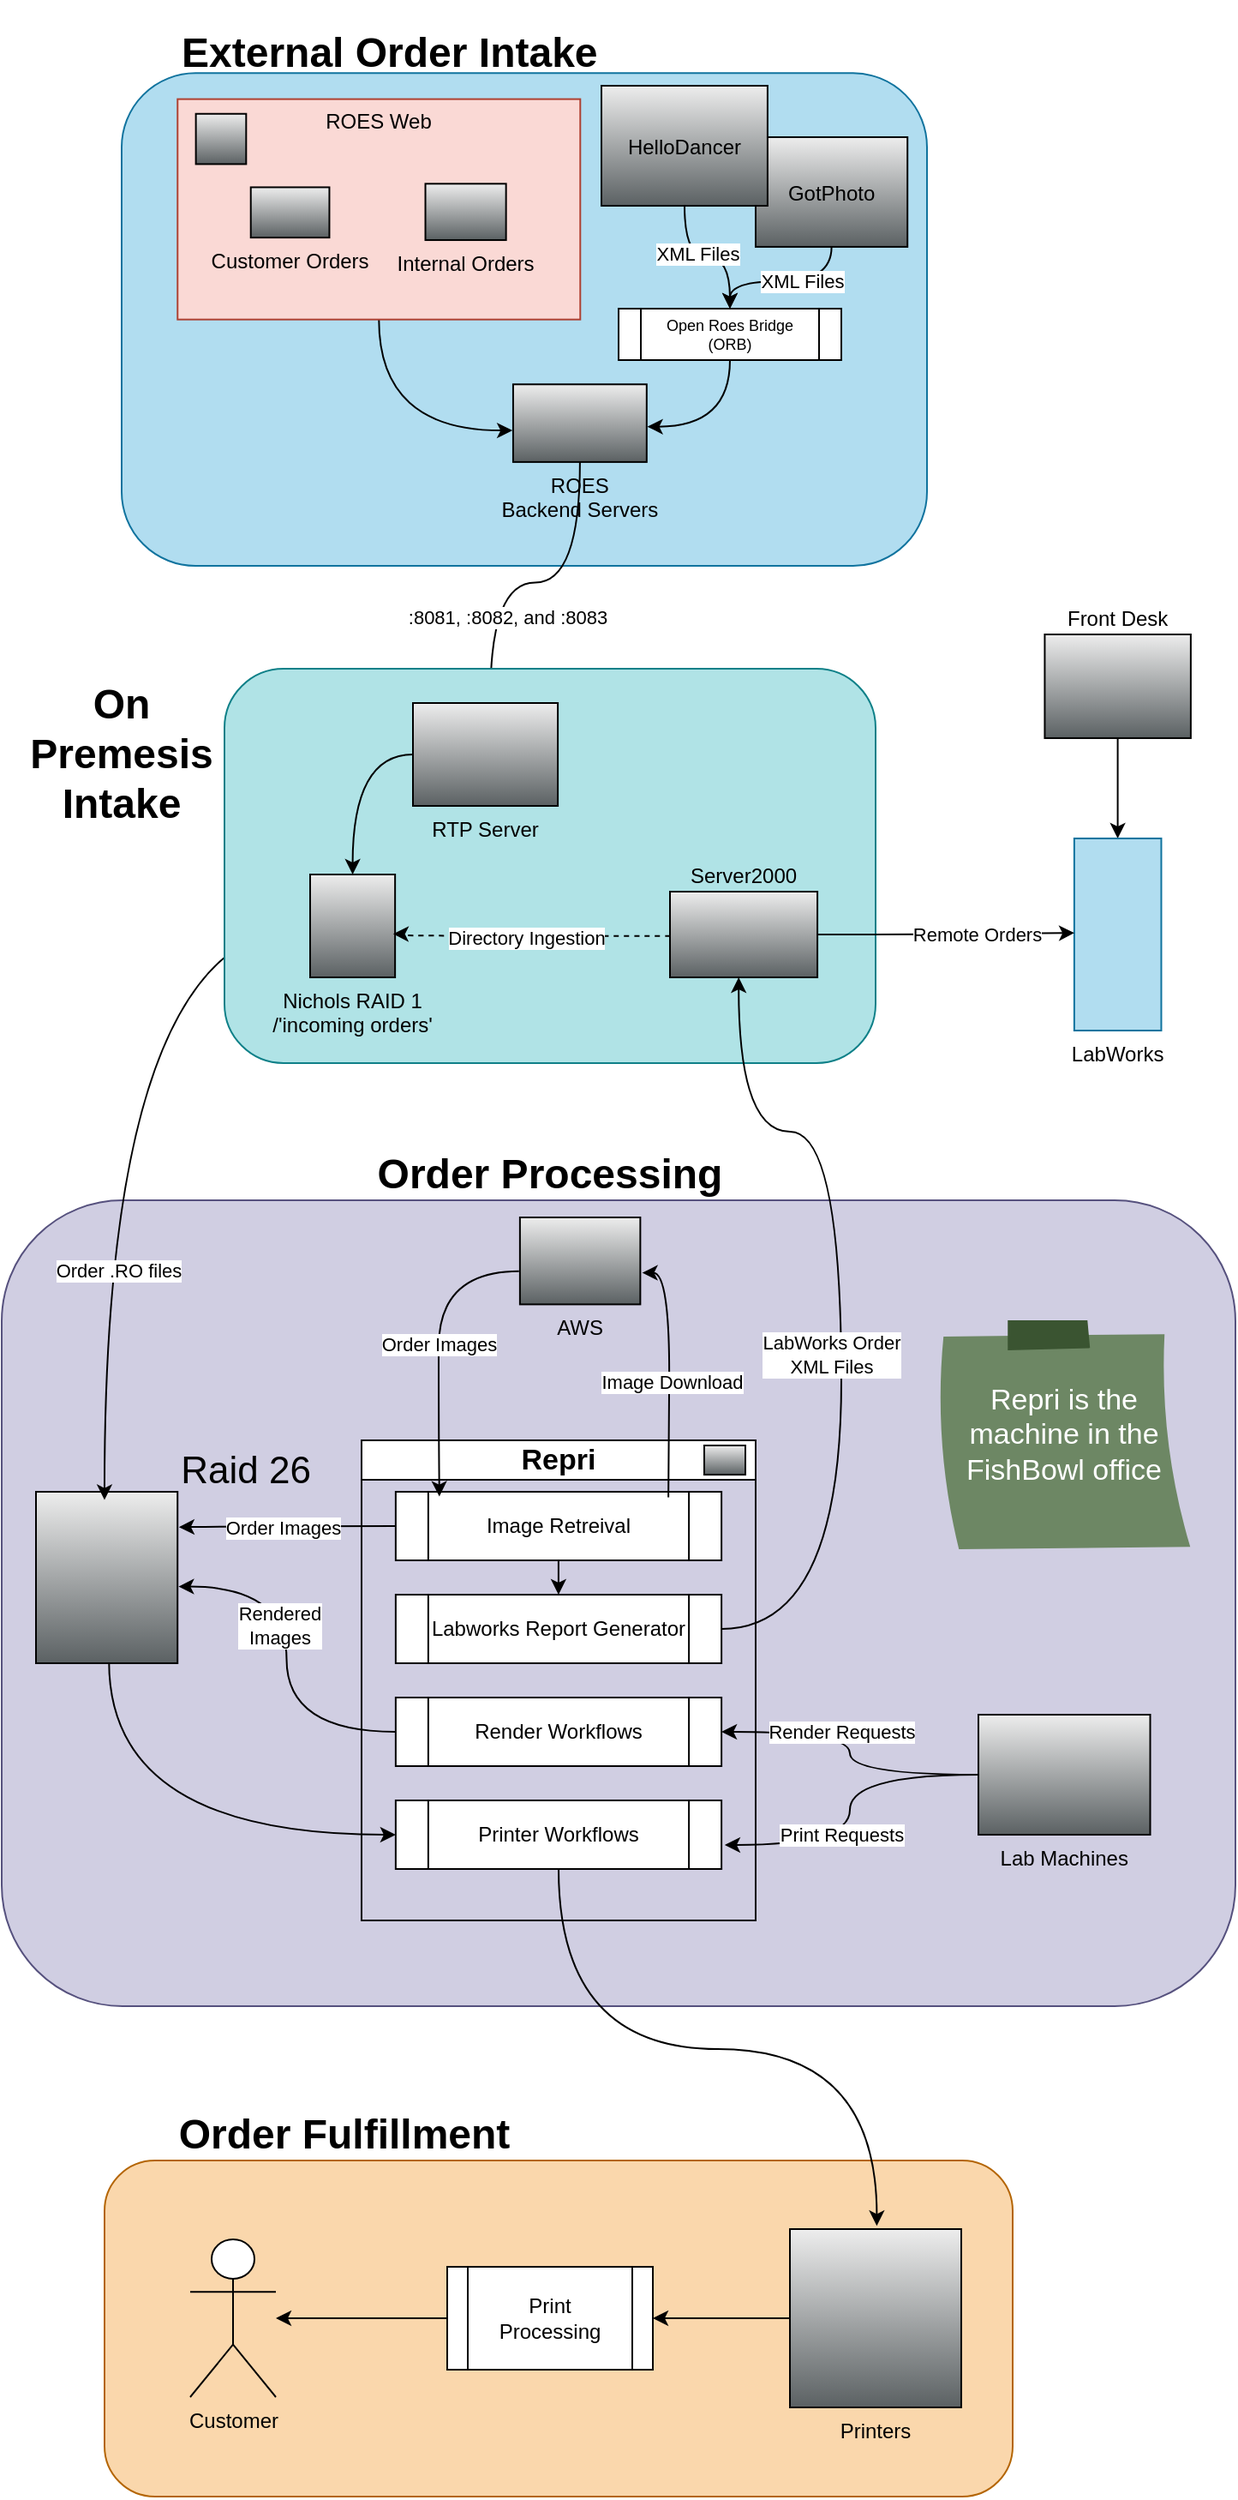
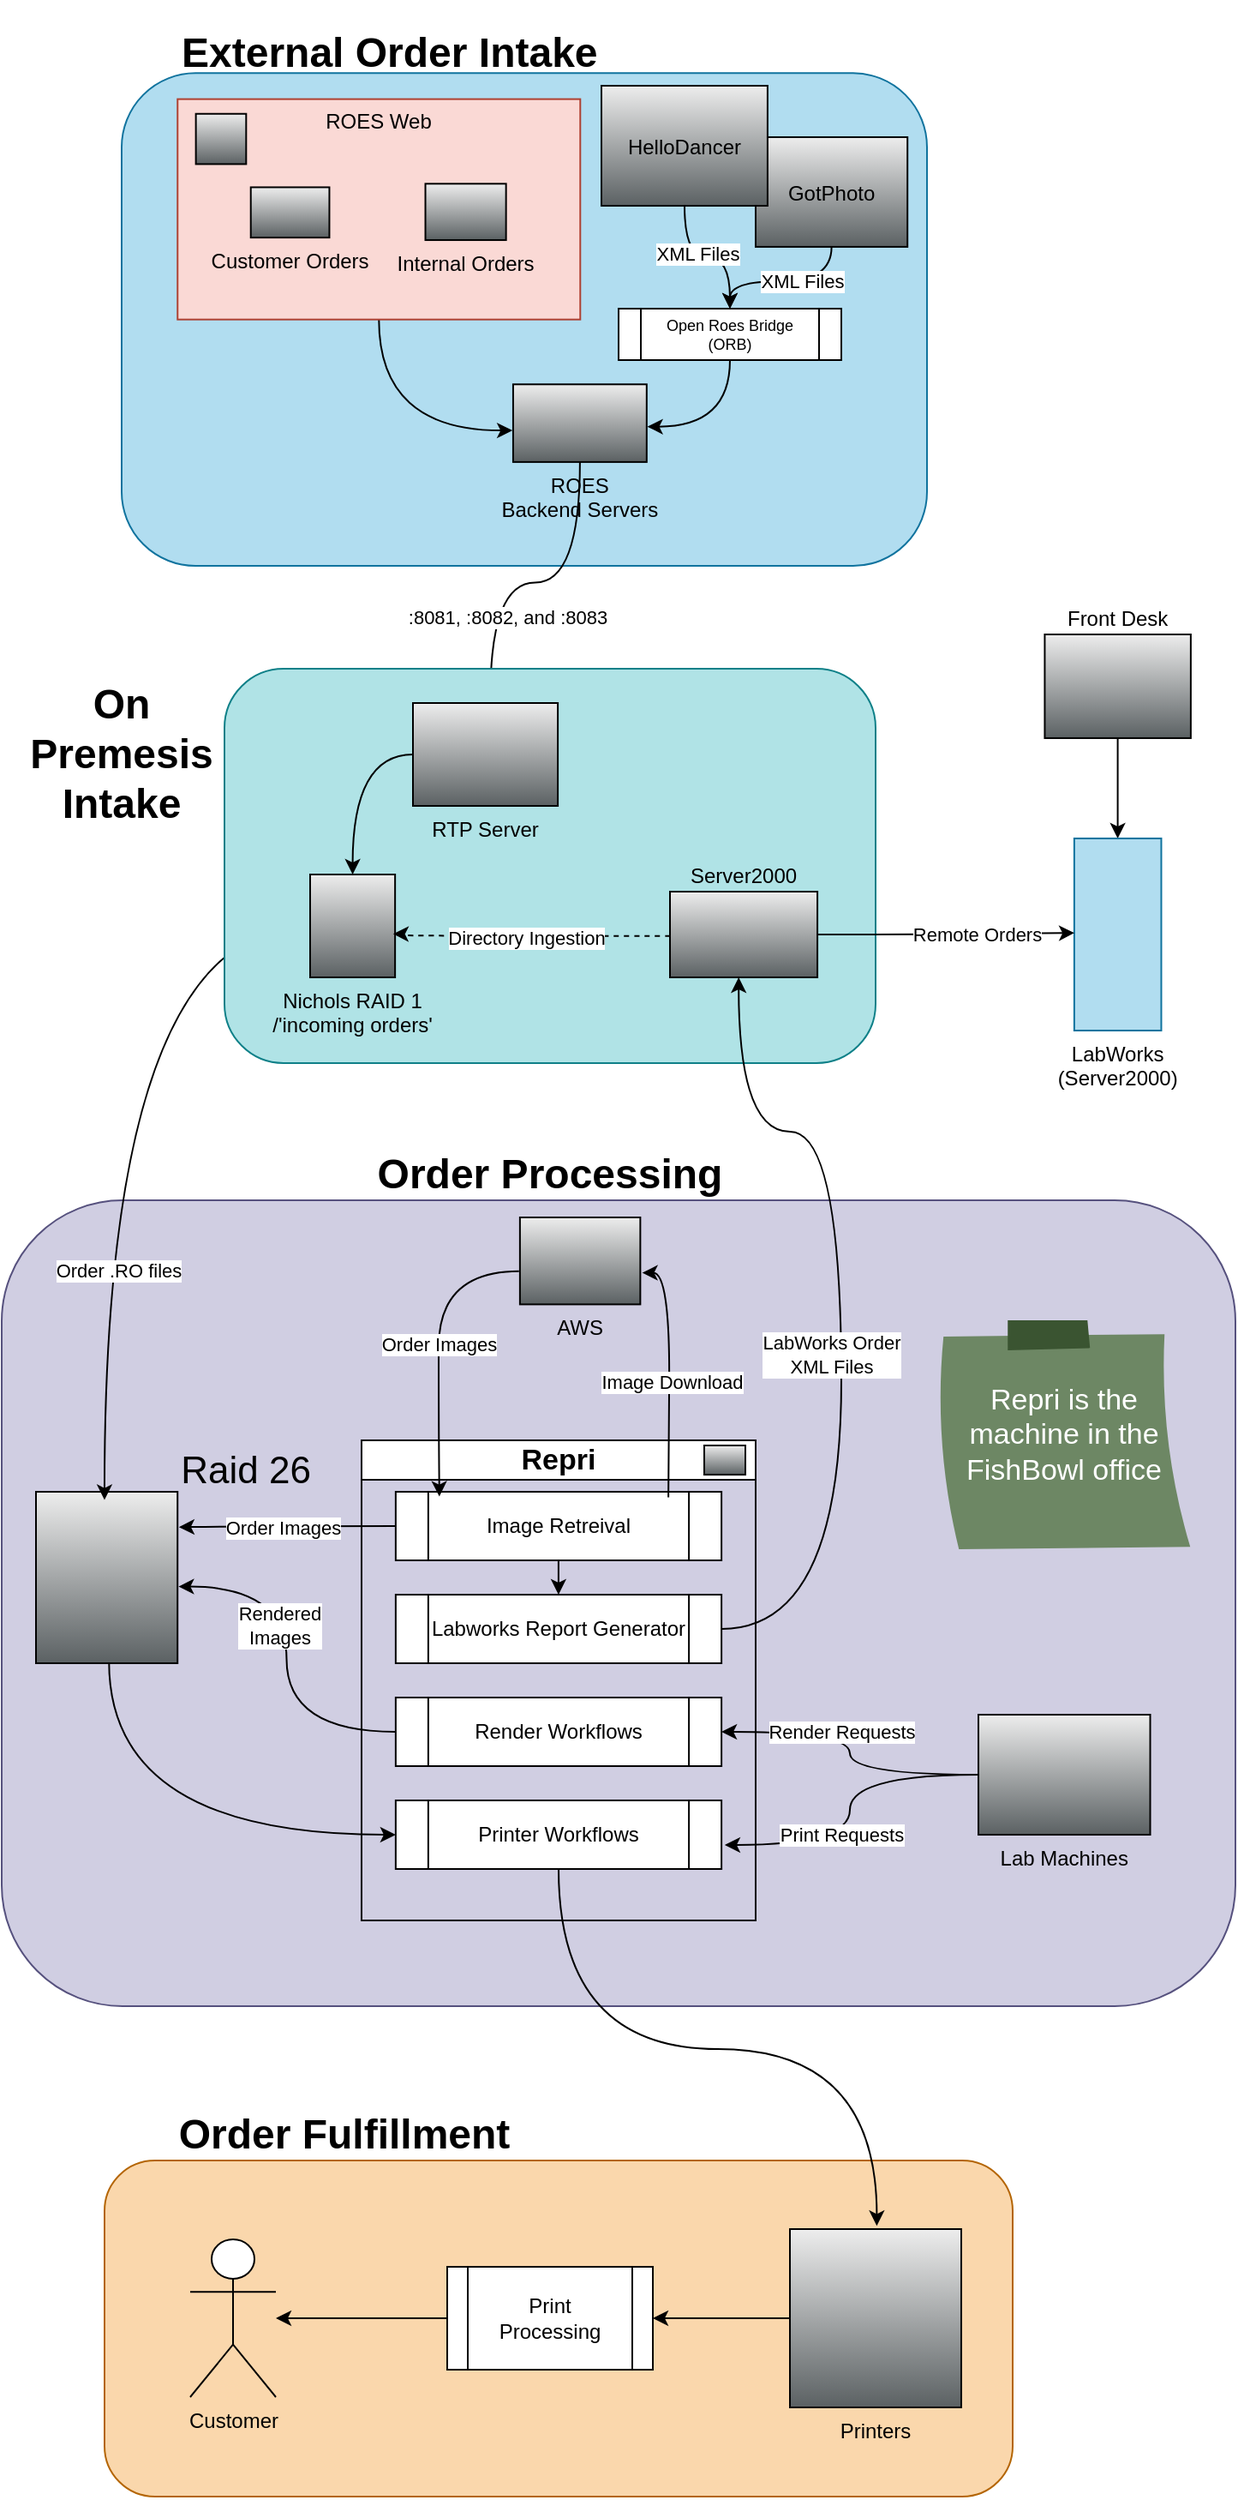
<mxfile host="app.diagrams.net">
  <diagram name="External Order Intake" id="xOiFyvTx0ugd0xP541Ys">
    <mxGraphModel dx="1138" dy="664" grid="1" gridSize="10" guides="1" tooltips="1" connect="1" arrows="1" fold="1" page="1" pageScale="1" pageWidth="850" pageHeight="1100" math="0" shadow="0">
      <root>
        <mxCell id="0" />
        <mxCell id="1" parent="0" />
        <mxCell id="Abbv7D0ucnFepgTgGXwM-46" connectable="0" parent="1" style="group" value="" vertex="1">
          <mxGeometry height="310" width="470" x="160" y="40" as="geometry" />
        </mxCell>
        <mxCell id="Abbv7D0ucnFepgTgGXwM-2" parent="Abbv7D0ucnFepgTgGXwM-46" style="rounded=1;whiteSpace=wrap;html=1;fillColor=#b1ddf0;strokeColor=#10739e;" value=" " vertex="1">
          <mxGeometry height="287.3170731707317" width="470.00000000000006" y="22.682926829268293" as="geometry" />
        </mxCell>
        <mxCell id="uFVznFZ-sdEEhWdo_pJ7-23" parent="Abbv7D0ucnFepgTgGXwM-46" style="shape=mxgraph.networks2.icon;aspect=fixed;fillColor=#EDEDED;strokeColor=#000000;gradientColor=#5B6163;network2IconShadow=1;network2bgFillColor=none;labelPosition=center;verticalLabelPosition=middle;align=center;verticalAlign=middle;network2Icon=mxgraph.networks2.cloud;network2IconYOffset=-0.08;network2IconW=1.0004;network2IconH=0.7222;" value="GotPhoto" vertex="1">
          <mxGeometry height="63.96" width="88.6" x="370" y="60" as="geometry" />
        </mxCell>
        <mxCell id="uFVznFZ-sdEEhWdo_pJ7-26" parent="Abbv7D0ucnFepgTgGXwM-46" style="fillColorStyles=neutralFill;neutralFill=#9DA6A8;shape=mxgraph.networks2.icon;aspect=fixed;fillColor=#EDEDED;strokeColor=#000000;gradientColor=#5B6163;network2IconShadow=1;network2bgFillColor=none;labelPosition=center;verticalLabelPosition=bottom;align=center;verticalAlign=top;network2Icon=mxgraph.networks2.server;network2IconW=1.0001;network2IconH=0.5812;" value="ROES&#xa;Backend Servers" vertex="1">
          <mxGeometry height="45.29897718332022" width="77.94659716758459" x="228.46569444444447" y="204.14634146341464" as="geometry" />
        </mxCell>
        <mxCell id="uFVznFZ-sdEEhWdo_pJ7-27" edge="1" parent="Abbv7D0ucnFepgTgGXwM-46" source="uFVznFZ-sdEEhWdo_pJ7-12" style="edgeStyle=orthogonalEdgeStyle;curved=1;rounded=0;orthogonalLoop=1;jettySize=auto;html=1;exitX=0.5;exitY=1;exitDx=0;exitDy=0;entryX=-0.005;entryY=0.594;entryDx=0;entryDy=0;entryPerimeter=0;" target="uFVznFZ-sdEEhWdo_pJ7-26">
          <mxGeometry relative="1" as="geometry" />
        </mxCell>
        <mxCell id="Abbv7D0ucnFepgTgGXwM-3" parent="Abbv7D0ucnFepgTgGXwM-46" style="text;html=1;whiteSpace=wrap;strokeColor=none;fillColor=none;align=left;verticalAlign=middle;rounded=0;" value="&lt;h1&gt;External Order Intake&lt;/h1&gt;" vertex="1">
          <mxGeometry height="22.68" width="407.36" x="32.64" as="geometry" />
        </mxCell>
        <mxCell id="Abbv7D0ucnFepgTgGXwM-45" connectable="0" parent="Abbv7D0ucnFepgTgGXwM-46" style="group;" value="" vertex="1">
          <mxGeometry height="128.53658536585368" width="235.00000000000003" x="32.63888888888889" y="37.804878048780495" as="geometry" />
        </mxCell>
        <mxCell id="uFVznFZ-sdEEhWdo_pJ7-12" parent="Abbv7D0ucnFepgTgGXwM-45" style="rounded=0;whiteSpace=wrap;html=1;fillColor=#fad9d5;strokeColor=#ae4132;" value="" vertex="1">
          <mxGeometry height="128.53658536585368" width="235.00000000000003" as="geometry" />
        </mxCell>
        <mxCell id="uFVznFZ-sdEEhWdo_pJ7-13" parent="Abbv7D0ucnFepgTgGXwM-45" style="shape=mxgraph.networks2.icon;aspect=fixed;fillColor=#EDEDED;strokeColor=#000000;gradientColor=#5B6163;network2IconShadow=1;network2bgFillColor=none;labelPosition=center;verticalLabelPosition=bottom;align=center;verticalAlign=top;network2Icon=mxgraph.networks2.globe;network2IconW=1;network2IconH=1;" value="" vertex="1">
          <mxGeometry height="29.33648046157881" width="29.33648046157881" x="10.681818181818182" y="8.56910569105691" as="geometry" />
        </mxCell>
        <mxCell id="uFVznFZ-sdEEhWdo_pJ7-14" parent="Abbv7D0ucnFepgTgGXwM-45" style="shape=mxgraph.networks2.icon;aspect=fixed;fillColor=#EDEDED;strokeColor=#000000;gradientColor=#5B6163;network2IconShadow=1;network2bgFillColor=none;labelPosition=center;verticalLabelPosition=bottom;align=center;verticalAlign=top;network2Icon=mxgraph.networks2.users;network2IconXOffset=0.0019;network2IconYOffset=-0.0004;network2IconW=1.0353;network2IconH=0.6623;" value="Customer Orders" vertex="1">
          <mxGeometry height="29.33648046157881" width="45.86025308156307" x="42.72727272727273" y="51.41463414634146" as="geometry" />
        </mxCell>
        <mxCell id="uFVznFZ-sdEEhWdo_pJ7-15" parent="Abbv7D0ucnFepgTgGXwM-45" style="shape=mxgraph.networks2.icon;aspect=fixed;fillColor=#EDEDED;strokeColor=#000000;gradientColor=#5B6163;network2IconShadow=1;network2bgFillColor=none;labelPosition=center;verticalLabelPosition=bottom;align=center;verticalAlign=top;network2Icon=mxgraph.networks2.lan;network2IconYOffset=0.0558;network2IconW=1.0834;network2IconH=0.7564;" value="Internal Orders" vertex="1">
          <mxGeometry height="32.85685811696826" width="47.0630487804878" x="144.61949300699303" y="49.35804878048783" as="geometry" />
        </mxCell>
        <mxCell id="uFVznFZ-sdEEhWdo_pJ7-25" parent="Abbv7D0ucnFepgTgGXwM-45" style="text;html=1;whiteSpace=wrap;strokeColor=none;fillColor=none;align=center;verticalAlign=middle;rounded=0;" value="ROES Web" vertex="1">
          <mxGeometry height="25.70731707317073" width="72.3076923076923" x="81.34615384615385" as="geometry" />
        </mxCell>
        <mxCell id="jQCsffpuLkgTT5c4SlJs-1" parent="Abbv7D0ucnFepgTgGXwM-46" style="shape=mxgraph.networks2.icon;aspect=fixed;fillColor=#EDEDED;strokeColor=#000000;gradientColor=#5B6163;network2IconShadow=1;network2bgFillColor=none;labelPosition=center;verticalLabelPosition=middle;align=center;verticalAlign=middle;network2Icon=mxgraph.networks2.cloud;network2IconYOffset=-0.08;network2IconW=1.0004;network2IconH=0.7222;" value="HelloDancer" vertex="1">
          <mxGeometry height="70" width="96.96" x="280" y="30" as="geometry" />
        </mxCell>
        <mxCell id="Abbv7D0ucnFepgTgGXwM-144" connectable="0" parent="1" style="group" value="" vertex="1">
          <mxGeometry height="500" width="720.13" x="90" y="690" as="geometry" />
        </mxCell>
        <mxCell id="Abbv7D0ucnFepgTgGXwM-132" parent="Abbv7D0ucnFepgTgGXwM-144" style="rounded=1;whiteSpace=wrap;html=1;fillColor=#d0cee2;strokeColor=#56517e;" value=" " vertex="1">
          <mxGeometry height="470" width="720" y="30" as="geometry" />
        </mxCell>
        <mxCell id="Abbv7D0ucnFepgTgGXwM-123" edge="1" parent="Abbv7D0ucnFepgTgGXwM-144" source="Abbv7D0ucnFepgTgGXwM-55" style="edgeStyle=orthogonalEdgeStyle;curved=1;rounded=0;orthogonalLoop=1;jettySize=auto;html=1;entryX=0;entryY=0.5;entryDx=0;entryDy=0;exitX=0.516;exitY=0.991;exitDx=0;exitDy=0;exitPerimeter=0;" target="Abbv7D0ucnFepgTgGXwM-87">
          <mxGeometry relative="1" as="geometry" />
        </mxCell>
        <mxCell id="Abbv7D0ucnFepgTgGXwM-124" connectable="0" parent="Abbv7D0ucnFepgTgGXwM-123" style="edgeLabel;html=1;align=center;verticalAlign=middle;resizable=0;points=[];" value=" " vertex="1">
          <mxGeometry relative="1" x="-0.5108" y="29" as="geometry">
            <mxPoint as="offset" />
          </mxGeometry>
        </mxCell>
        <mxCell id="Abbv7D0ucnFepgTgGXwM-55" parent="Abbv7D0ucnFepgTgGXwM-144" style="shape=mxgraph.networks2.icon;aspect=fixed;fillColor=#EDEDED;strokeColor=#000000;gradientColor=#5B6163;network2IconShadow=1;network2bgFillColor=none;labelPosition=right;verticalLabelPosition=top;align=left;verticalAlign=bottom;network2Icon=mxgraph.networks2.data_storage;network2IconW=0.8252;network2IconH=0.9989;fontSize=22;" value="Raid 26" vertex="1">
          <mxGeometry height="100" width="82.61" x="20" y="200" as="geometry" />
        </mxCell>
        <mxCell id="Abbv7D0ucnFepgTgGXwM-125" edge="1" parent="Abbv7D0ucnFepgTgGXwM-144" source="Abbv7D0ucnFepgTgGXwM-65" style="edgeStyle=orthogonalEdgeStyle;curved=1;rounded=0;orthogonalLoop=1;jettySize=auto;html=1;entryX=1;entryY=0.5;entryDx=0;entryDy=0;" target="Abbv7D0ucnFepgTgGXwM-70">
          <mxGeometry relative="1" as="geometry" />
        </mxCell>
        <mxCell id="Abbv7D0ucnFepgTgGXwM-127" connectable="0" parent="Abbv7D0ucnFepgTgGXwM-125" style="edgeLabel;html=1;align=center;verticalAlign=middle;resizable=0;points=[];" value="Render Requests" vertex="1">
          <mxGeometry relative="1" x="0.4996" y="2" as="geometry">
            <mxPoint x="26" y="-2" as="offset" />
          </mxGeometry>
        </mxCell>
        <mxCell id="Abbv7D0ucnFepgTgGXwM-65" parent="Abbv7D0ucnFepgTgGXwM-144" style="shape=mxgraph.networks2.icon;aspect=fixed;fillColor=#EDEDED;strokeColor=#000000;gradientColor=#5B6163;network2IconShadow=1;network2bgFillColor=none;labelPosition=center;verticalLabelPosition=bottom;align=center;verticalAlign=top;network2Icon=mxgraph.networks2.lan;network2IconYOffset=0.0558;network2IconW=1.0834;network2IconH=0.7564;" value="Lab Machines" vertex="1">
          <mxGeometry height="70" width="100.26" x="570" y="330" as="geometry" />
        </mxCell>
        <mxCell id="Abbv7D0ucnFepgTgGXwM-67" parent="Abbv7D0ucnFepgTgGXwM-144" style="shape=mxgraph.networks2.icon;aspect=fixed;fillColor=#EDEDED;strokeColor=#000000;gradientColor=#5B6163;network2IconShadow=1;network2bgFillColor=none;labelPosition=center;verticalLabelPosition=bottom;align=center;verticalAlign=top;network2Icon=mxgraph.networks2.cloud;network2IconYOffset=-0.08;network2IconW=1.0004;network2IconH=0.7222;" value="AWS" vertex="1">
          <mxGeometry height="50.71" width="70.24" x="302.44" y="40" as="geometry" />
        </mxCell>
        <mxCell id="Abbv7D0ucnFepgTgGXwM-68" parent="Abbv7D0ucnFepgTgGXwM-144" style="swimlane;whiteSpace=wrap;html=1;align=center;fontSize=17;" value="&lt;div align=&quot;center&quot;&gt;Repri&lt;/div&gt;" vertex="1">
          <mxGeometry height="280" width="230" x="210" y="170" as="geometry">
            <mxRectangle height="30" width="140" x="105.12" y="1050" as="alternateBounds" />
          </mxGeometry>
        </mxCell>
        <mxCell id="Abbv7D0ucnFepgTgGXwM-66" parent="Abbv7D0ucnFepgTgGXwM-68" style="shape=mxgraph.networks2.icon;aspect=fixed;fillColor=#EDEDED;strokeColor=#000000;gradientColor=#5B6163;network2IconShadow=1;network2bgFillColor=none;labelPosition=center;verticalLabelPosition=bottom;align=center;verticalAlign=top;network2Icon=mxgraph.networks2.pc;network2IconYOffset=-0.0593;network2IconW=0.9999;network2IconH=0.7096;" value=" " vertex="1">
          <mxGeometry height="17.03" width="24" x="200" y="3" as="geometry" />
        </mxCell>
        <mxCell id="Abbv7D0ucnFepgTgGXwM-79" edge="1" parent="Abbv7D0ucnFepgTgGXwM-68" source="Abbv7D0ucnFepgTgGXwM-69" style="edgeStyle=orthogonalEdgeStyle;curved=1;rounded=0;orthogonalLoop=1;jettySize=auto;html=1;entryX=0.5;entryY=0;entryDx=0;entryDy=0;" target="Abbv7D0ucnFepgTgGXwM-78">
          <mxGeometry relative="1" as="geometry" />
        </mxCell>
        <mxCell id="Abbv7D0ucnFepgTgGXwM-69" parent="Abbv7D0ucnFepgTgGXwM-68" style="shape=process;whiteSpace=wrap;html=1;backgroundOutline=1;" value="Image Retreival" vertex="1">
          <mxGeometry height="40" width="190.12" x="19.94" y="30" as="geometry" />
        </mxCell>
        <mxCell id="Abbv7D0ucnFepgTgGXwM-70" parent="Abbv7D0ucnFepgTgGXwM-68" style="shape=process;whiteSpace=wrap;html=1;backgroundOutline=1;" value="Render Workflows" vertex="1">
          <mxGeometry height="40" width="190.12" x="19.939999999999998" y="150" as="geometry" />
        </mxCell>
        <mxCell id="Abbv7D0ucnFepgTgGXwM-78" parent="Abbv7D0ucnFepgTgGXwM-68" style="shape=process;whiteSpace=wrap;html=1;backgroundOutline=1;" value="Labworks Report Generator" vertex="1">
          <mxGeometry height="40" width="190.12" x="19.939999999999998" y="90" as="geometry" />
        </mxCell>
        <mxCell id="Abbv7D0ucnFepgTgGXwM-87" parent="Abbv7D0ucnFepgTgGXwM-68" style="shape=process;whiteSpace=wrap;html=1;backgroundOutline=1;" value="Printer Workflows" vertex="1">
          <mxGeometry height="40" width="190.12" x="19.939999999999998" y="210" as="geometry" />
        </mxCell>
        <mxCell id="Abbv7D0ucnFepgTgGXwM-71" edge="1" parent="Abbv7D0ucnFepgTgGXwM-144" source="Abbv7D0ucnFepgTgGXwM-69" style="edgeStyle=orthogonalEdgeStyle;curved=1;rounded=0;orthogonalLoop=1;jettySize=auto;html=1;entryX=1.016;entryY=0.637;entryDx=0;entryDy=0;entryPerimeter=0;exitX=0.837;exitY=0.082;exitDx=0;exitDy=0;exitPerimeter=0;" target="Abbv7D0ucnFepgTgGXwM-67">
          <mxGeometry relative="1" as="geometry">
            <Array as="points">
              <mxPoint x="389" y="200" />
              <mxPoint x="390" y="200" />
              <mxPoint x="390" y="72" />
            </Array>
            <mxPoint x="400" y="198" as="sourcePoint" />
          </mxGeometry>
        </mxCell>
        <mxCell id="Abbv7D0ucnFepgTgGXwM-72" connectable="0" parent="Abbv7D0ucnFepgTgGXwM-71" style="edgeLabel;html=1;align=center;verticalAlign=middle;resizable=0;points=[];" value="Image Download" vertex="1">
          <mxGeometry relative="1" x="-0.0797" y="-1" as="geometry">
            <mxPoint as="offset" />
          </mxGeometry>
        </mxCell>
        <mxCell id="Abbv7D0ucnFepgTgGXwM-73" edge="1" parent="Abbv7D0ucnFepgTgGXwM-144" source="Abbv7D0ucnFepgTgGXwM-67" style="edgeStyle=orthogonalEdgeStyle;curved=1;rounded=0;orthogonalLoop=1;jettySize=auto;html=1;entryX=0.134;entryY=0.07;entryDx=0;entryDy=0;entryPerimeter=0;exitX=-0.008;exitY=0.619;exitDx=0;exitDy=0;exitPerimeter=0;" target="Abbv7D0ucnFepgTgGXwM-69">
          <mxGeometry relative="1" as="geometry">
            <Array as="points">
              <mxPoint x="255" y="71" />
              <mxPoint x="255" y="160" />
            </Array>
          </mxGeometry>
        </mxCell>
        <mxCell id="Abbv7D0ucnFepgTgGXwM-74" connectable="0" parent="Abbv7D0ucnFepgTgGXwM-73" style="edgeLabel;html=1;align=center;verticalAlign=middle;resizable=0;points=[];" value="Order Images" vertex="1">
          <mxGeometry relative="1" x="0.0052" as="geometry">
            <mxPoint as="offset" />
          </mxGeometry>
        </mxCell>
        <mxCell id="Abbv7D0ucnFepgTgGXwM-118" edge="1" parent="Abbv7D0ucnFepgTgGXwM-144" source="Abbv7D0ucnFepgTgGXwM-69" style="edgeStyle=orthogonalEdgeStyle;curved=1;rounded=0;orthogonalLoop=1;jettySize=auto;html=1;entryX=1.01;entryY=0.206;entryDx=0;entryDy=0;entryPerimeter=0;" target="Abbv7D0ucnFepgTgGXwM-55">
          <mxGeometry relative="1" as="geometry" />
        </mxCell>
        <mxCell id="Abbv7D0ucnFepgTgGXwM-120" connectable="0" parent="Abbv7D0ucnFepgTgGXwM-118" style="edgeLabel;html=1;align=center;verticalAlign=middle;resizable=0;points=[];" value="Order Images" vertex="1">
          <mxGeometry relative="1" x="0.0556" as="geometry">
            <mxPoint as="offset" />
          </mxGeometry>
        </mxCell>
        <mxCell id="Abbv7D0ucnFepgTgGXwM-121" edge="1" parent="Abbv7D0ucnFepgTgGXwM-144" source="Abbv7D0ucnFepgTgGXwM-70" style="edgeStyle=orthogonalEdgeStyle;curved=1;rounded=0;orthogonalLoop=1;jettySize=auto;html=1;entryX=1.007;entryY=0.553;entryDx=0;entryDy=0;entryPerimeter=0;" target="Abbv7D0ucnFepgTgGXwM-55">
          <mxGeometry relative="1" as="geometry" />
        </mxCell>
        <mxCell id="Abbv7D0ucnFepgTgGXwM-122" connectable="0" parent="Abbv7D0ucnFepgTgGXwM-121" style="edgeLabel;html=1;align=center;verticalAlign=middle;resizable=0;points=[];" value="Rendered&lt;br&gt;Images" vertex="1">
          <mxGeometry relative="1" x="0.1933" y="5" as="geometry">
            <mxPoint as="offset" />
          </mxGeometry>
        </mxCell>
        <mxCell id="Abbv7D0ucnFepgTgGXwM-126" edge="1" parent="Abbv7D0ucnFepgTgGXwM-144" source="Abbv7D0ucnFepgTgGXwM-65" style="edgeStyle=orthogonalEdgeStyle;curved=1;rounded=0;orthogonalLoop=1;jettySize=auto;html=1;entryX=1.01;entryY=0.65;entryDx=0;entryDy=0;entryPerimeter=0;" target="Abbv7D0ucnFepgTgGXwM-87">
          <mxGeometry relative="1" as="geometry" />
        </mxCell>
        <mxCell id="Abbv7D0ucnFepgTgGXwM-128" connectable="0" parent="Abbv7D0ucnFepgTgGXwM-126" style="edgeLabel;html=1;align=center;verticalAlign=middle;resizable=0;points=[];" value="Print Requests" vertex="1">
          <mxGeometry relative="1" x="0.4408" y="-6" as="geometry">
            <mxPoint x="15" as="offset" />
          </mxGeometry>
        </mxCell>
        <mxCell id="Abbv7D0ucnFepgTgGXwM-143" parent="Abbv7D0ucnFepgTgGXwM-144" style="text;html=1;whiteSpace=wrap;strokeColor=none;fillColor=none;align=center;verticalAlign=middle;rounded=0;" value="&lt;h1&gt;Order Processing&lt;/h1&gt;" vertex="1">
          <mxGeometry height="30" width="320" x="160" as="geometry" />
        </mxCell>
        <mxCell id="jQCsffpuLkgTT5c4SlJs-15" parent="Abbv7D0ucnFepgTgGXwM-144" style="strokeWidth=1;shadow=0;dashed=0;align=center;html=1;shape=mxgraph.mockup.text.stickyNote2;fontColor=#ffffff;mainText=;fontSize=17;whiteSpace=wrap;fillColor=#6d8764;strokeColor=#3A5431;" value="Repri is the machine in the FishBowl office" vertex="1">
          <mxGeometry height="134.87" width="150" x="545.13" y="100" as="geometry" />
        </mxCell>
        <mxCell id="Abbv7D0ucnFepgTgGXwM-116" edge="1" parent="1" source="Abbv7D0ucnFepgTgGXwM-49" style="edgeStyle=orthogonalEdgeStyle;curved=1;rounded=0;orthogonalLoop=1;jettySize=auto;html=1;entryX=0.484;entryY=0.048;entryDx=0;entryDy=0;entryPerimeter=0;" target="Abbv7D0ucnFepgTgGXwM-55">
          <mxGeometry relative="1" as="geometry" />
        </mxCell>
        <mxCell id="Abbv7D0ucnFepgTgGXwM-117" connectable="0" parent="Abbv7D0ucnFepgTgGXwM-116" style="edgeLabel;html=1;align=center;verticalAlign=middle;resizable=0;points=[];" value="Order .RO files" vertex="1">
          <mxGeometry relative="1" x="0.4085" y="8" as="geometry">
            <mxPoint as="offset" />
          </mxGeometry>
        </mxCell>
        <mxCell id="Abbv7D0ucnFepgTgGXwM-147" connectable="0" parent="1" style="group" value=" " vertex="1">
          <mxGeometry height="226" width="530" x="150" y="1250" as="geometry" />
        </mxCell>
        <mxCell id="Abbv7D0ucnFepgTgGXwM-142" parent="Abbv7D0ucnFepgTgGXwM-147" style="rounded=1;whiteSpace=wrap;html=1;fillColor=#fad7ac;strokeColor=#b46504;" value="" vertex="1">
          <mxGeometry height="196" width="530" y="30" as="geometry" />
        </mxCell>
        <mxCell id="Abbv7D0ucnFepgTgGXwM-139" edge="1" parent="Abbv7D0ucnFepgTgGXwM-147" source="Abbv7D0ucnFepgTgGXwM-135" style="edgeStyle=orthogonalEdgeStyle;curved=1;rounded=0;orthogonalLoop=1;jettySize=auto;html=1;entryX=1;entryY=0.5;entryDx=0;entryDy=0;" target="Abbv7D0ucnFepgTgGXwM-137">
          <mxGeometry relative="1" as="geometry" />
        </mxCell>
        <mxCell id="Abbv7D0ucnFepgTgGXwM-135" parent="Abbv7D0ucnFepgTgGXwM-147" style="fillColorStyles=neutralFill;neutralFill=#9DA6A8;shape=mxgraph.networks2.icon;aspect=fixed;fillColor=#EDEDED;strokeColor=#000000;gradientColor=#5B6163;network2IconShadow=1;network2bgFillColor=none;labelPosition=center;verticalLabelPosition=bottom;align=center;verticalAlign=top;network2Icon=mxgraph.networks2.printer;network2IconW=1;network2IconH=1.04;" value="Printers" vertex="1">
          <mxGeometry height="104" width="100" x="400" y="70" as="geometry" />
        </mxCell>
        <mxCell id="Abbv7D0ucnFepgTgGXwM-140" edge="1" parent="Abbv7D0ucnFepgTgGXwM-147" source="Abbv7D0ucnFepgTgGXwM-137" style="edgeStyle=orthogonalEdgeStyle;curved=1;rounded=0;orthogonalLoop=1;jettySize=auto;html=1;" target="Abbv7D0ucnFepgTgGXwM-138">
          <mxGeometry relative="1" as="geometry" />
        </mxCell>
        <mxCell id="Abbv7D0ucnFepgTgGXwM-137" parent="Abbv7D0ucnFepgTgGXwM-147" style="shape=process;whiteSpace=wrap;html=1;backgroundOutline=1;" value="&lt;div&gt;Print&lt;/div&gt;&lt;div&gt;Processing&lt;/div&gt;" vertex="1">
          <mxGeometry height="60" width="120" x="200" y="92" as="geometry" />
        </mxCell>
        <mxCell id="Abbv7D0ucnFepgTgGXwM-138" parent="Abbv7D0ucnFepgTgGXwM-147" style="shape=umlActor;verticalLabelPosition=bottom;verticalAlign=top;html=1;outlineConnect=0;" value="Customer" vertex="1">
          <mxGeometry height="92" width="50" x="50" y="76" as="geometry" />
        </mxCell>
        <mxCell id="Abbv7D0ucnFepgTgGXwM-146" parent="Abbv7D0ucnFepgTgGXwM-147" style="text;html=1;whiteSpace=wrap;strokeColor=none;fillColor=none;align=center;verticalAlign=middle;rounded=0;" value="&lt;h1&gt;Order Fulfillment&lt;/h1&gt;" vertex="1">
          <mxGeometry height="30" width="220" x="30" as="geometry" />
        </mxCell>
        <mxCell id="Abbv7D0ucnFepgTgGXwM-136" edge="1" parent="1" source="Abbv7D0ucnFepgTgGXwM-87" style="edgeStyle=orthogonalEdgeStyle;curved=1;rounded=0;orthogonalLoop=1;jettySize=auto;html=1;entryX=0.507;entryY=-0.018;entryDx=0;entryDy=0;entryPerimeter=0;exitX=0.5;exitY=1;exitDx=0;exitDy=0;" target="Abbv7D0ucnFepgTgGXwM-135">
          <mxGeometry relative="1" as="geometry" />
        </mxCell>
        <mxCell id="jQCsffpuLkgTT5c4SlJs-11" parent="1" style="shape=process;whiteSpace=wrap;html=1;backgroundOutline=1;fontSize=9;" value="&lt;div&gt;Open Roes Bridge&lt;/div&gt;&lt;div&gt;(ORB)&lt;/div&gt;" vertex="1">
          <mxGeometry height="30" width="130" x="450" y="200" as="geometry" />
        </mxCell>
        <mxCell id="jQCsffpuLkgTT5c4SlJs-12" edge="1" parent="1" source="jQCsffpuLkgTT5c4SlJs-1" style="edgeStyle=orthogonalEdgeStyle;curved=1;rounded=0;orthogonalLoop=1;jettySize=auto;html=1;entryX=0.5;entryY=0;entryDx=0;entryDy=0;" target="jQCsffpuLkgTT5c4SlJs-11">
          <mxGeometry relative="1" as="geometry" />
        </mxCell>
        <mxCell id="jQCsffpuLkgTT5c4SlJs-17" connectable="0" parent="jQCsffpuLkgTT5c4SlJs-12" style="edgeLabel;html=1;align=center;verticalAlign=middle;resizable=0;points=[];" value="XML Files" vertex="1">
          <mxGeometry relative="1" x="-0.1399" y="2" as="geometry">
            <mxPoint as="offset" />
          </mxGeometry>
        </mxCell>
        <mxCell id="jQCsffpuLkgTT5c4SlJs-13" edge="1" parent="1" source="uFVznFZ-sdEEhWdo_pJ7-23" style="edgeStyle=orthogonalEdgeStyle;curved=1;rounded=0;orthogonalLoop=1;jettySize=auto;html=1;entryX=0.5;entryY=0;entryDx=0;entryDy=0;" target="jQCsffpuLkgTT5c4SlJs-11">
          <mxGeometry relative="1" as="geometry" />
        </mxCell>
        <mxCell id="jQCsffpuLkgTT5c4SlJs-16" connectable="0" parent="jQCsffpuLkgTT5c4SlJs-13" style="edgeLabel;html=1;align=center;verticalAlign=middle;resizable=0;points=[];" value="XML Files" vertex="1">
          <mxGeometry relative="1" x="-0.2099" as="geometry">
            <mxPoint as="offset" />
          </mxGeometry>
        </mxCell>
        <mxCell id="jQCsffpuLkgTT5c4SlJs-14" edge="1" parent="1" source="jQCsffpuLkgTT5c4SlJs-11" style="edgeStyle=orthogonalEdgeStyle;curved=1;rounded=0;orthogonalLoop=1;jettySize=auto;html=1;entryX=1.005;entryY=0.545;entryDx=0;entryDy=0;entryPerimeter=0;" target="uFVznFZ-sdEEhWdo_pJ7-26">
          <mxGeometry relative="1" as="geometry" />
        </mxCell>
        <mxCell id="Abbv7D0ucnFepgTgGXwM-59" edge="1" parent="1" source="uFVznFZ-sdEEhWdo_pJ7-26" style="edgeStyle=orthogonalEdgeStyle;curved=1;rounded=0;orthogonalLoop=1;jettySize=auto;html=1;entryX=0.535;entryY=0.039;entryDx=0;entryDy=0;entryPerimeter=0;" target="Abbv7D0ucnFepgTgGXwM-48">
          <mxGeometry relative="1" as="geometry" />
        </mxCell>
        <mxCell id="Abbv7D0ucnFepgTgGXwM-60" connectable="0" parent="Abbv7D0ucnFepgTgGXwM-59" style="edgeLabel;html=1;align=center;verticalAlign=middle;resizable=0;points=[];" value=":8081, :8082, and :8083" vertex="1">
          <mxGeometry relative="1" x="0.1735" as="geometry">
            <mxPoint x="2" y="20" as="offset" />
          </mxGeometry>
        </mxCell>
        <mxCell id="jQCsffpuLkgTT5c4SlJs-23" parent="1" style="shape=mxgraph.networks2.icon;aspect=fixed;fillColor=#EDEDED;strokeColor=#000000;gradientColor=#5B6163;network2IconShadow=1;network2bgFillColor=none;labelPosition=center;verticalLabelPosition=top;align=center;verticalAlign=bottom;network2Icon=mxgraph.networks2.pc;network2IconYOffset=-0.0593;network2IconW=0.9999;network2IconH=0.7096;" value="Front Desk" vertex="1">
          <mxGeometry height="60.48" width="85.22" x="698.72" y="390" as="geometry" />
        </mxCell>
        <mxCell id="jQCsffpuLkgTT5c4SlJs-25" connectable="0" parent="1" style="group" value="" vertex="1">
          <mxGeometry height="230" width="500" x="100" y="410" as="geometry" />
        </mxCell>
        <mxCell id="Abbv7D0ucnFepgTgGXwM-58" parent="jQCsffpuLkgTT5c4SlJs-25" style="rounded=1;whiteSpace=wrap;html=1;fillColor=#b0e3e6;strokeColor=#0e8088;" value=" " vertex="1">
          <mxGeometry height="230" width="380" x="120" as="geometry" />
        </mxCell>
        <mxCell id="Abbv7D0ucnFepgTgGXwM-61" edge="1" parent="jQCsffpuLkgTT5c4SlJs-25" source="Abbv7D0ucnFepgTgGXwM-48" style="edgeStyle=orthogonalEdgeStyle;curved=1;rounded=0;orthogonalLoop=1;jettySize=auto;html=1;" target="Abbv7D0ucnFepgTgGXwM-49">
          <mxGeometry relative="1" as="geometry" />
        </mxCell>
        <mxCell id="Abbv7D0ucnFepgTgGXwM-48" parent="jQCsffpuLkgTT5c4SlJs-25" style="shape=mxgraph.networks2.icon;aspect=fixed;fillColor=#EDEDED;strokeColor=#000000;gradientColor=#5B6163;network2IconShadow=1;network2bgFillColor=none;labelPosition=center;verticalLabelPosition=bottom;align=center;verticalAlign=top;network2Icon=mxgraph.networks2.pc;network2IconYOffset=-0.0593;network2IconW=0.9999;network2IconH=0.7096;" value="RTP Server" vertex="1">
          <mxGeometry height="60" width="84.55" x="230" y="20" as="geometry" />
        </mxCell>
        <mxCell id="Abbv7D0ucnFepgTgGXwM-49" parent="jQCsffpuLkgTT5c4SlJs-25" style="shape=mxgraph.networks2.icon;aspect=fixed;fillColor=#EDEDED;strokeColor=#000000;gradientColor=#5B6163;network2IconShadow=1;network2bgFillColor=none;labelPosition=center;verticalLabelPosition=bottom;align=center;verticalAlign=top;network2Icon=mxgraph.networks2.data_storage;network2IconW=0.8252;network2IconH=0.9989;" value="Nichols RAID 1&#xa;/&#39;incoming orders&#39;" vertex="1">
          <mxGeometry height="60" width="49.57" x="170" y="120" as="geometry" />
        </mxCell>
        <mxCell id="Abbv7D0ucnFepgTgGXwM-50" parent="jQCsffpuLkgTT5c4SlJs-25" style="fillColorStyles=neutralFill;neutralFill=#9DA6A8;shape=mxgraph.networks2.icon;aspect=fixed;fillColor=#EDEDED;strokeColor=#000000;gradientColor=#5B6163;network2IconShadow=1;network2bgFillColor=none;labelPosition=center;verticalLabelPosition=top;align=center;verticalAlign=bottom;network2Icon=mxgraph.networks2.server;network2IconW=1.0001;network2IconH=0.5812;" value="Server2000" vertex="1">
          <mxGeometry height="50" width="86.04" x="380" y="130" as="geometry" />
        </mxCell>
        <mxCell id="Abbv7D0ucnFepgTgGXwM-53" edge="1" parent="jQCsffpuLkgTT5c4SlJs-25" source="Abbv7D0ucnFepgTgGXwM-50" style="edgeStyle=orthogonalEdgeStyle;curved=1;rounded=0;orthogonalLoop=1;jettySize=auto;html=1;entryX=0.968;entryY=0.578;entryDx=0;entryDy=0;entryPerimeter=0;startArrow=none;startFill=0;dashed=1;exitX=0.003;exitY=0.518;exitDx=0;exitDy=0;exitPerimeter=0;" value=" ">
          <mxGeometry relative="1" as="geometry">
            <Array as="points">
              <mxPoint x="220" y="156" />
              <mxPoint x="220" y="155" />
            </Array>
            <mxPoint x="379.9998" y="157.5" as="sourcePoint" />
            <mxPoint x="218.41376000000008" y="154.68000000000006" as="targetPoint" />
          </mxGeometry>
        </mxCell>
        <mxCell id="Abbv7D0ucnFepgTgGXwM-57" connectable="0" parent="Abbv7D0ucnFepgTgGXwM-53" style="edgeLabel;html=1;align=center;verticalAlign=middle;resizable=0;points=[];" value="Directory Ingestion" vertex="1">
          <mxGeometry relative="1" x="0.0378" y="1" as="geometry">
            <mxPoint as="offset" />
          </mxGeometry>
        </mxCell>
        <mxCell id="Abbv7D0ucnFepgTgGXwM-62" parent="jQCsffpuLkgTT5c4SlJs-25" style="text;html=1;whiteSpace=wrap;strokeColor=none;fillColor=none;align=center;verticalAlign=middle;rounded=0;" value="&lt;h1&gt;On Premesis Intake&lt;/h1&gt;" vertex="1">
          <mxGeometry height="80" width="120" y="10" as="geometry" />
        </mxCell>
        <mxCell id="jQCsffpuLkgTT5c4SlJs-26" edge="1" parent="1" source="jQCsffpuLkgTT5c4SlJs-23" style="edgeStyle=orthogonalEdgeStyle;curved=1;rounded=0;orthogonalLoop=1;jettySize=auto;html=1;" target="jQCsffpuLkgTT5c4SlJs-20" value="">
          <mxGeometry relative="1" as="geometry">
            <mxPoint x="741" y="480" as="sourcePoint" />
            <mxPoint x="742" y="540" as="targetPoint" />
          </mxGeometry>
        </mxCell>
-         <mxCell id="jQCsffpuLkgTT5c4SlJs-20" parent="1" style="shape=mxgraph.networks2.icon;aspect=fixed;fillColor=#b1ddf0;strokeColor=#10739e;network2IconShadow=1;network2bgFillColor=none;labelPosition=center;verticalLabelPosition=bottom;align=center;verticalAlign=top;network2Icon=mxgraph.networks2.desktop_pc;network2IconXOffset=-0.0034;network2IconYOffset=0.00035;network2IconW=0.453;network2IconH=0.9995;" value="LabWorks" vertex="1">
+         <mxCell id="jQCsffpuLkgTT5c4SlJs-20" parent="1" style="shape=mxgraph.networks2.icon;aspect=fixed;fillColor=#b1ddf0;strokeColor=#10739e;network2IconShadow=1;network2bgFillColor=none;labelPosition=center;verticalLabelPosition=bottom;align=center;verticalAlign=top;network2Icon=mxgraph.networks2.desktop_pc;network2IconXOffset=-0.0034;network2IconYOffset=0.00035;network2IconW=0.453;network2IconH=0.9995;" value="LabWorks&#xa;(Server2000)" vertex="1">
          <mxGeometry height="112.05" width="50.79" x="715.94" y="508.97" as="geometry" />
        </mxCell>
        <mxCell id="Abbv7D0ucnFepgTgGXwM-133" edge="1" parent="1" source="Abbv7D0ucnFepgTgGXwM-78" style="edgeStyle=orthogonalEdgeStyle;curved=1;rounded=0;orthogonalLoop=1;jettySize=auto;html=1;entryX=0.466;entryY=1;entryDx=0;entryDy=0;entryPerimeter=0;exitX=1;exitY=0.5;exitDx=0;exitDy=0;" target="Abbv7D0ucnFepgTgGXwM-50">
          <mxGeometry relative="1" as="geometry">
            <Array as="points">
              <mxPoint x="580" y="970" />
              <mxPoint x="580" y="680" />
              <mxPoint x="520" y="680" />
            </Array>
          </mxGeometry>
        </mxCell>
        <mxCell id="Abbv7D0ucnFepgTgGXwM-134" connectable="0" parent="Abbv7D0ucnFepgTgGXwM-133" style="edgeLabel;html=1;align=center;verticalAlign=middle;resizable=0;points=[];" value="&lt;div&gt;LabWorks Order&lt;/div&gt;&lt;div&gt;XML Files&lt;/div&gt;" vertex="1">
          <mxGeometry relative="1" x="0.2484" y="-1" as="geometry">
            <mxPoint x="-7" y="88" as="offset" />
          </mxGeometry>
        </mxCell>
        <mxCell id="jQCsffpuLkgTT5c4SlJs-21" edge="1" parent="1" source="Abbv7D0ucnFepgTgGXwM-50" style="edgeStyle=orthogonalEdgeStyle;curved=1;rounded=0;orthogonalLoop=1;jettySize=auto;html=1;entryX=0.002;entryY=0.492;entryDx=0;entryDy=0;entryPerimeter=0;" target="jQCsffpuLkgTT5c4SlJs-20">
          <mxGeometry relative="1" as="geometry" />
        </mxCell>
        <mxCell id="jQCsffpuLkgTT5c4SlJs-22" connectable="0" parent="jQCsffpuLkgTT5c4SlJs-21" style="edgeLabel;html=1;align=center;verticalAlign=middle;resizable=0;points=[];" value="Remote Orders" vertex="1">
          <mxGeometry relative="1" x="0.0106" y="3" as="geometry">
            <mxPoint x="17" y="4" as="offset" />
          </mxGeometry>
        </mxCell>
      </root>
    </mxGraphModel>
  </diagram>
</mxfile>
